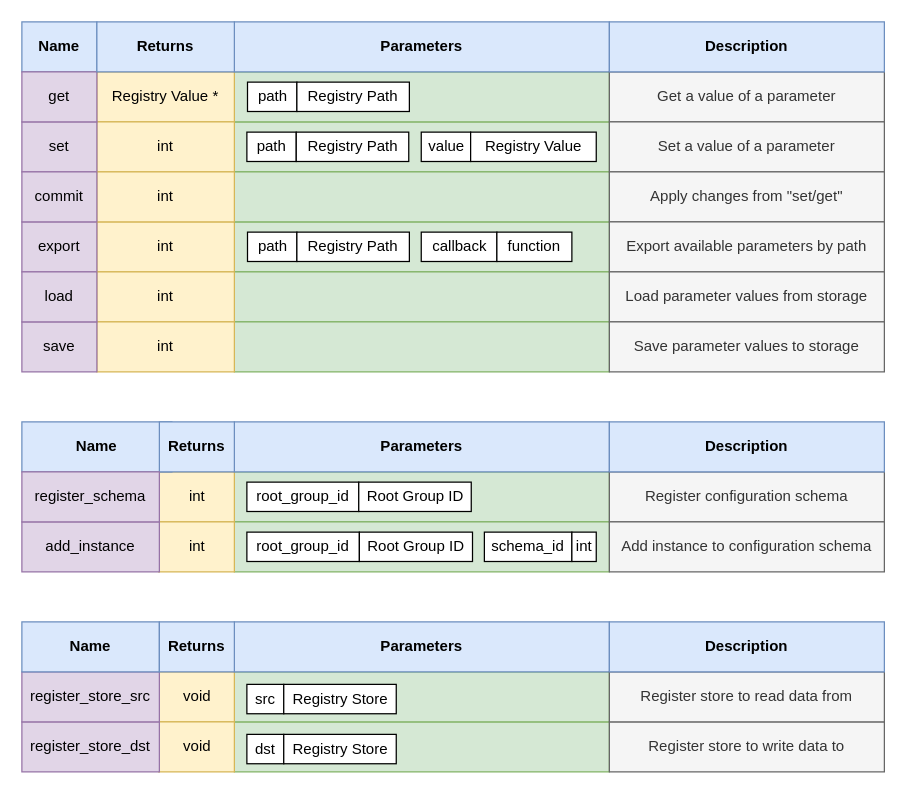
This is doc/drawio/api_structure.drawio from LasseRosenow/riot-runtime-config, a draw.io file, before an edit. Source tidied: cells renumbered, new cells numbered last; positions are measured from the earlier drawing's top-left corner, leaving out a move shared by most shapes. Both pictures are drawn from the tidied source at 125%, with x=0, y=0 at pixel (21, 21).
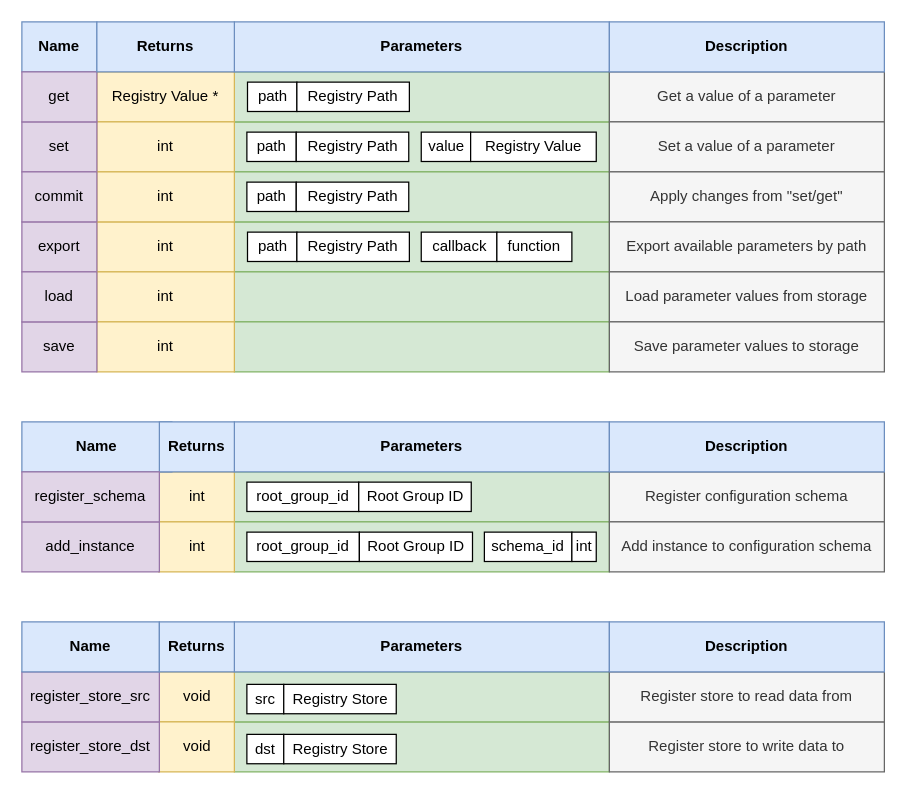
Above is the later version.

Diff of the diagram source:
```diff
@@
+    <mxCell id="74" value="path" style="rounded=0;whiteSpace=wrap;html=1;" parent="1" vertex="1">
+      <mxGeometry x="180" y="128.2" width="39.5" height="23.5" as="geometry" />
+    </mxCell>
+    <mxCell id="75" value="Registry Path" style="rounded=0;whiteSpace=wrap;html=1;" parent="1" vertex="1">
+      <mxGeometry x="219.5" y="128.2" width="90" height="23.5" as="geometry" />
+    </mxCell>
```
